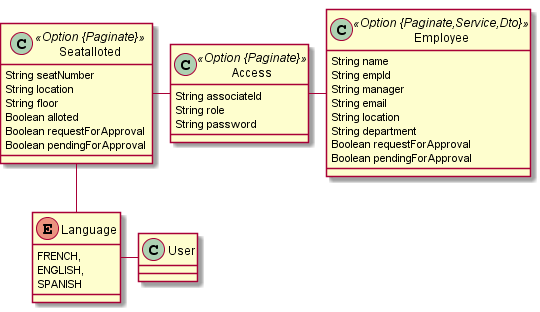
This is jhipster-jdl.png from arunvutukur/webapp-seatallotment, a PlantUML export, as it was before one commit.
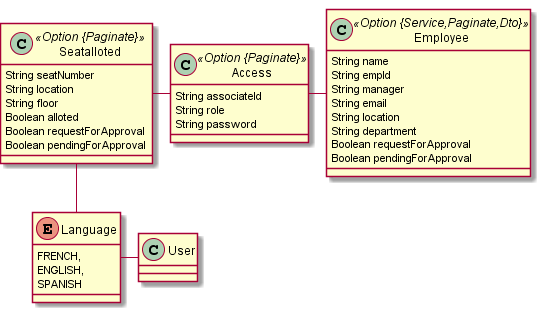
Later version of the same file.

Change to the diagram source:
```diff
@@ -14,7 +14,7 @@
 		String role
 		String password
 	}
-	class Employee <<Option {Paginate,Service,Dto}>> {
+	class Employee <<Option {Service,Paginate,Dto}>> {
 		String name
 		String empId
 		String manager
```
